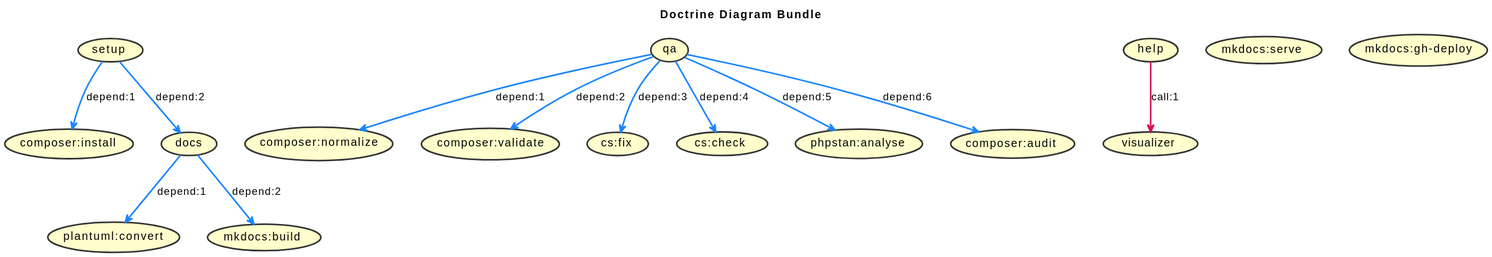
Above: build.svg in jawira/doctrine-diagram-bundle (PlantUML), before the change. Source of this version:
```plantuml
@startuml
title
Doctrine Diagram Bundle
end title

top to bottom direction

skinparam Shadowing false
skinparam ArrowFontColor Black
skinparam ArrowThickness 2
skinparam UseCaseBackgroundColor #FFFECC
skinparam UseCaseBorderColor #333333
skinparam UseCaseBorderThickness 2
skinparam UseCaseFontColor Black


(setup) -[#1A85FF]-> (composer:install) : depend:1
(setup) -[#1A85FF]-> (docs) : depend:2
(qa) -[#1A85FF]-> (composer:normalize) : depend:1
(qa) -[#1A85FF]-> (composer:validate) : depend:2
(qa) -[#1A85FF]-> (cs:fix) : depend:3
(qa) -[#1A85FF]-> (cs:check) : depend:4
(qa) -[#1A85FF]-> (phpstan:analyse) : depend:5
(qa) -[#1A85FF]-> (composer:audit) : depend:6
(docs) -[#1A85FF]-> (plantuml:convert) : depend:1
(docs) -[#1A85FF]-> (mkdocs:build) : depend:2
(help) -[#D41159]-> (visualizer) : call:1
(setup)
(qa)
(docs)
(phpstan:analyse)
(composer:install)
(composer:audit)
(composer:validate)
(composer:normalize)
(help)
(visualizer)
(mkdocs:build)
(mkdocs:serve)
(mkdocs:gh-deploy)
(plantuml:convert)
(cs:fix)
(cs:check)
@enduml
```
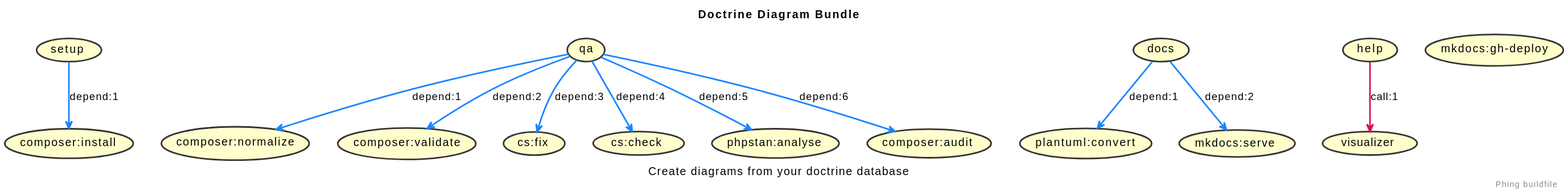
Above is the later version.

What changed in the source:
```diff
@@ -2,6 +2,14 @@
 title
 Doctrine Diagram Bundle
 end title
+
+caption
+Create diagrams from your doctrine database
+end caption
+
+right footer
+Phing buildfile
+end footer
 
 top to bottom direction
 
@@ -15,7 +23,6 @@
 
 
 (setup) -[#1A85FF]-> (composer:install) : depend:1
-(setup) -[#1A85FF]-> (docs) : depend:2
 (qa) -[#1A85FF]-> (composer:normalize) : depend:1
 (qa) -[#1A85FF]-> (composer:validate) : depend:2
 (qa) -[#1A85FF]-> (cs:fix) : depend:3
@@ -23,7 +30,7 @@
 (qa) -[#1A85FF]-> (phpstan:analyse) : depend:5
 (qa) -[#1A85FF]-> (composer:audit) : depend:6
 (docs) -[#1A85FF]-> (plantuml:convert) : depend:1
-(docs) -[#1A85FF]-> (mkdocs:build) : depend:2
+(docs) -[#1A85FF]-> (mkdocs:serve) : depend:2
 (help) -[#D41159]-> (visualizer) : call:1
 (setup)
 (qa)
@@ -35,7 +42,6 @@
 (composer:normalize)
 (help)
 (visualizer)
-(mkdocs:build)
 (mkdocs:serve)
 (mkdocs:gh-deploy)
 (plantuml:convert)
```
